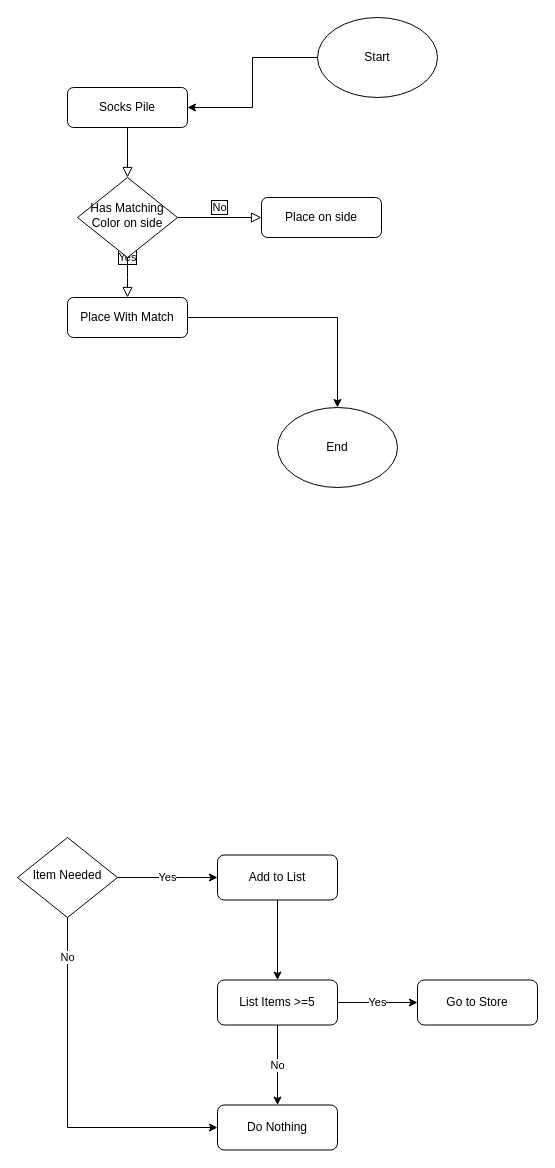
Above: page "Socks" (1 of 7) of Comp Prog 12/Socks.drawio in Jchisholm204/JChisholm (draw.io), before the change. Source tidied: cells renumbered, new cells numbered last; positions are measured from the earlier drawing's top-left corner, leaving out a move shared by most shapes. Both pictures are drawn from the tidied source at 100%, with x=0, y=0 at pixel (17, 17).
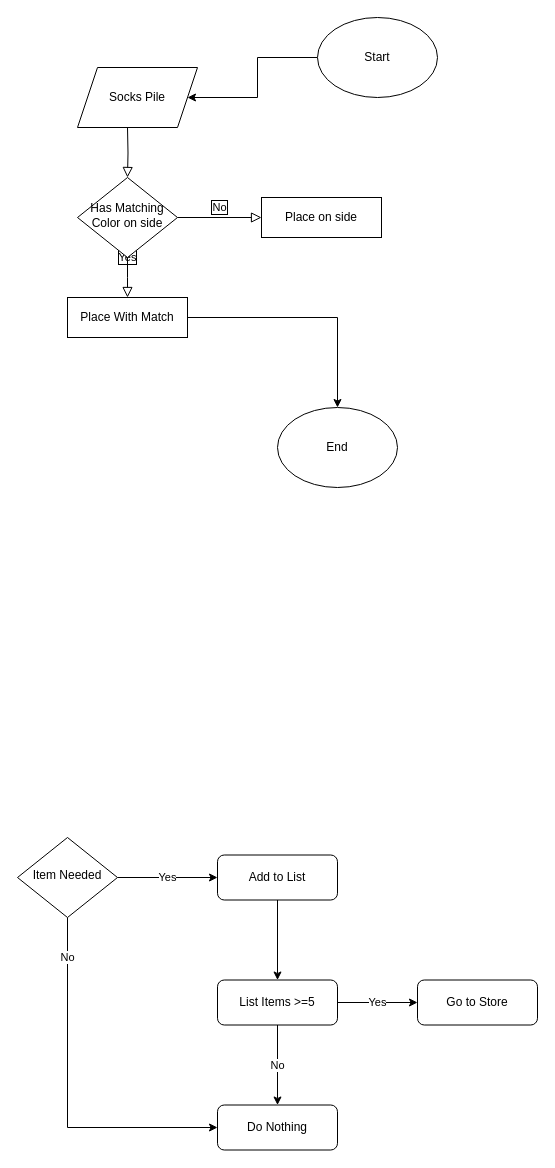
After the change.

Unchanged cells that the change refers to:
```xml
<mxCell id="6" value="Has Matching Color on side" style="rhombus;whiteSpace=wrap;html=1;shadow=0;fontFamily=Helvetica;fontSize=12;align=center;strokeWidth=1;spacing=6;spacingTop=-4;" parent="1" vertex="1">
  <mxGeometry x="60" y="160" width="100" height="80" as="geometry" />
</mxCell>
```

What changed in the source:
```diff
@@
-    <mxCell id="2" style="rounded=0;html=1;jettySize=auto;fontSize=11;endArrow=block;endFill=0;endSize=8;strokeWidth=1;shadow=0;labelBackgroundColor=none;edgeStyle=orthogonalEdgeStyle;" parent="1" edge="1" source="3" target="6">
-      <mxGeometry relative="1" as="geometry" />
+    <mxCell id="2" style="rounded=0;html=1;jettySize=auto;fontSize=11;endArrow=block;endFill=0;endSize=8;strokeWidth=1;shadow=0;labelBackgroundColor=none;edgeStyle=orthogonalEdgeStyle;" parent="1" edge="1" target="6">
+      <mxGeometry relative="1" as="geometry">
+        <mxPoint x="110" y="110" as="sourcePoint" />
+      </mxGeometry>
     </mxCell>
-    <mxCell id="3" value="Socks Pile" style="rounded=1;whiteSpace=wrap;html=1;fontSize=12;glass=0;strokeWidth=1;shadow=0;" parent="1" vertex="1">
-      <mxGeometry x="50" y="70" width="120" height="40" as="geometry" />
-    </mxCell>
@@
-    <mxCell id="8" value="Place With Match" style="rounded=1;whiteSpace=wrap;html=1;fontSize=12;glass=0;strokeWidth=1;shadow=0;" parent="1" vertex="1">
+    <mxCell id="8" value="Place With Match" style="rounded=0;whiteSpace=wrap;html=1;fontSize=12;glass=0;strokeWidth=1;shadow=0;" parent="1" vertex="1">
       <mxGeometry x="50" y="280" width="120" height="40" as="geometry" />
     </mxCell>
@@
-    <mxCell id="19" value="Place on side" style="rounded=1;whiteSpace=wrap;html=1;fontSize=12;glass=0;strokeWidth=1;shadow=0;" parent="1" vertex="1">
+    <mxCell id="19" value="Place on side" style="rounded=0;whiteSpace=wrap;html=1;fontSize=12;glass=0;strokeWidth=1;shadow=0;" parent="1" vertex="1">
       <mxGeometry x="244" y="180" width="120" height="40" as="geometry" />
     </mxCell>
@@
+    <mxCell id="3" value="Socks Pile" style="shape=parallelogram;perimeter=parallelogramPerimeter;whiteSpace=wrap;html=1;fixedSize=1;rounded=0;sketch=0;" parent="1" vertex="1">
+      <mxGeometry x="60" y="50" width="120" height="60" as="geometry" />
+    </mxCell>
```
